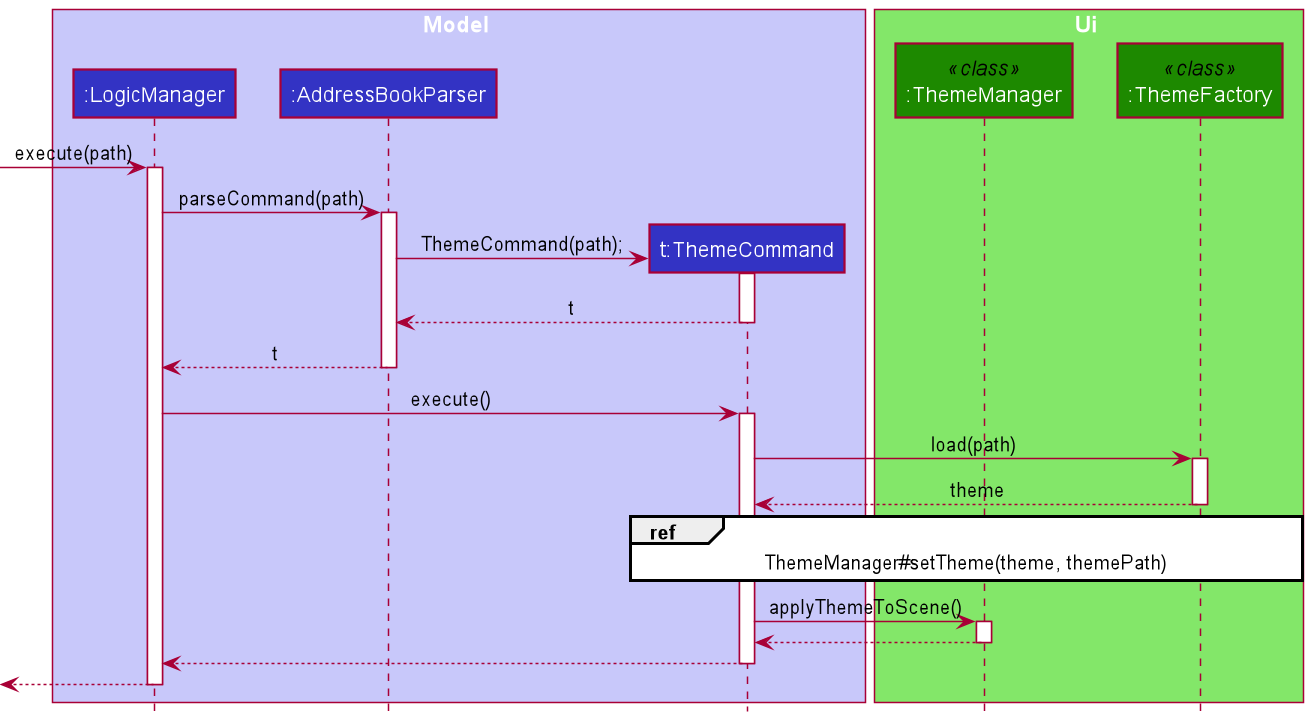
This is docs/images/ThemeCommandSequenceDiagram.png from nus-cs2103-AY2021S2/tp, a PlantUML export, as it was before one commit. Its diagram source:
```plantuml
@startuml
!include style.puml

autoactivate on

box Model LOGIC_COLOR_T1
participant ":LogicManager" as LogicManager LOGIC_COLOR
participant ":AddressBookParser" as AddressBookParser LOGIC_COLOR
participant "t:ThemeCommand" as ThemeCommand LOGIC_COLOR
end box

box Ui UI_COLOR_T1
participant ":ThemeManager" as ThemeManager << class >> UI_COLOR
participant ":ThemeFactory" as ThemeFactory << class >> UI_COLOR
end box

[->  LogicManager : execute(path)

LogicManager -> AddressBookParser : parseCommand(path)

create ThemeCommand
AddressBookParser -> ThemeCommand : ThemeCommand(path);

ThemeCommand --> AddressBookParser : t

AddressBookParser --> LogicManager : t

LogicManager -> ThemeCommand : execute()

ThemeCommand -> ThemeFactory : load(path)

ThemeFactory --> ThemeCommand : theme

ref over ThemeCommand, ThemeFactory : ThemeManager#setTheme(theme, themePath)

ThemeCommand -> ThemeManager : applyThemeToScene()

ThemeManager --> ThemeCommand

ThemeCommand --> LogicManager

[<-- LogicManager

@enduml
```
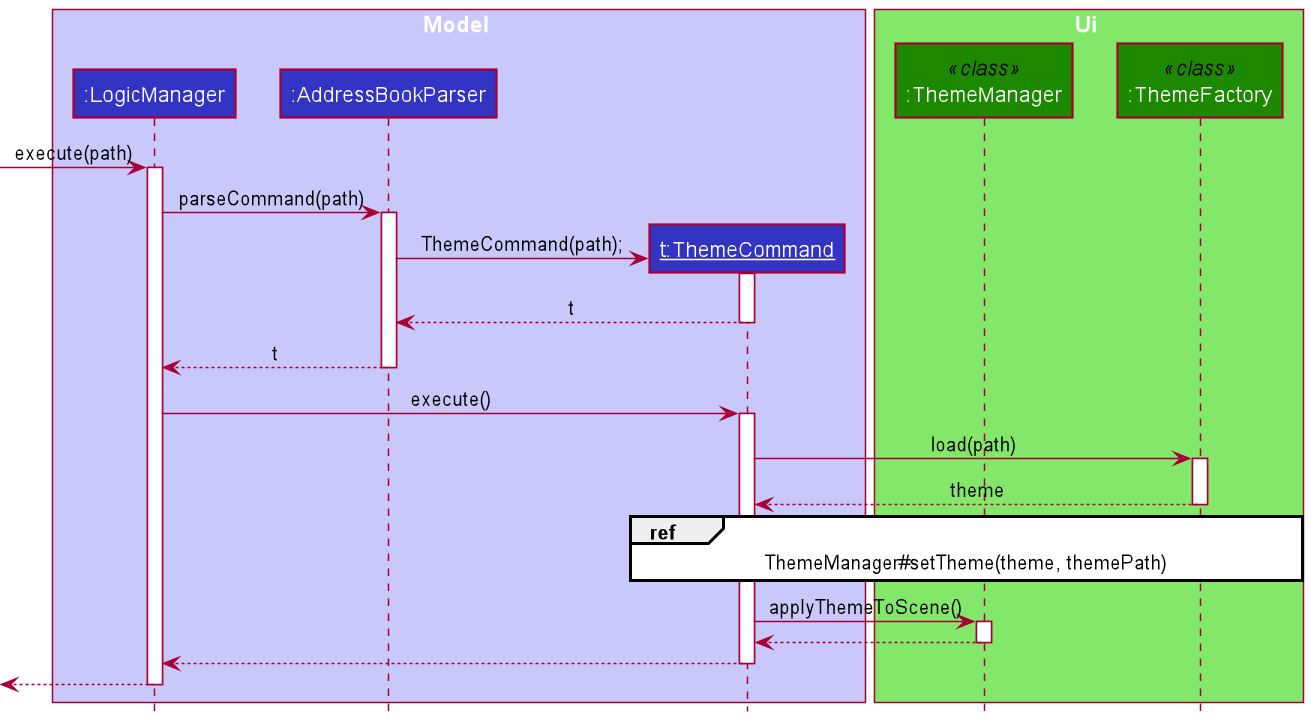
Later version of the same file.

Diff of the diagram source:
```diff
@@ -6,7 +6,7 @@
 box Model LOGIC_COLOR_T1
 participant ":LogicManager" as LogicManager LOGIC_COLOR
 participant ":AddressBookParser" as AddressBookParser LOGIC_COLOR
-participant "t:ThemeCommand" as ThemeCommand LOGIC_COLOR
+participant "__t:ThemeCommand__" as ThemeCommand LOGIC_COLOR
 end box
 
 box Ui UI_COLOR_T1
```
